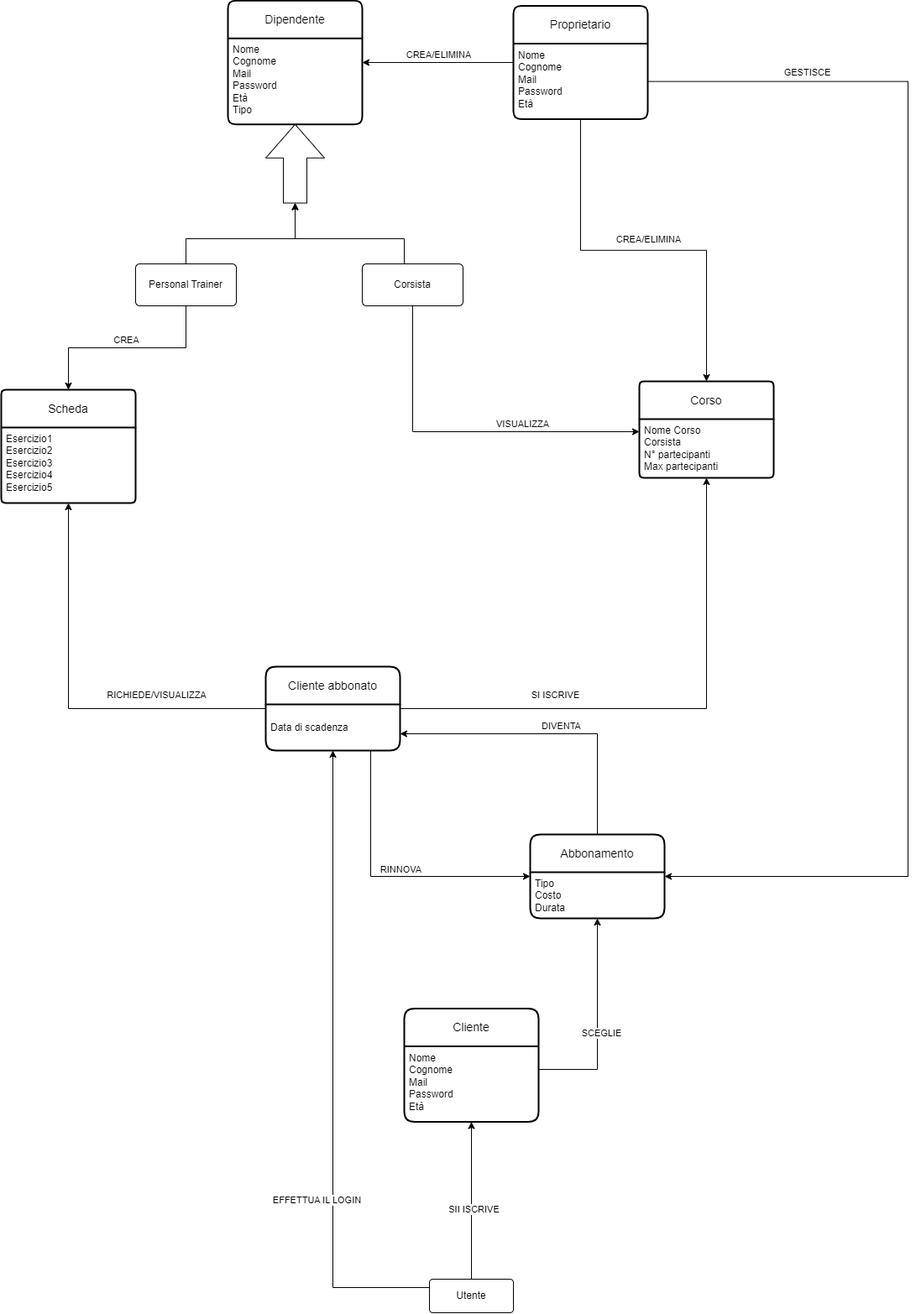
The draw.io diagram Documentazione/ModelloDiDominio.png in IngSW-unipv/Progetto-P24, before a commit. Source tidied: cells renumbered, new cells last; positions are measured from the earlier drawing's top-left corner, leaving out a move shared by most shapes. The source it was exported from:
```xml
<mxGraphModel>
  <root>
    <mxCell id="0" />
    <mxCell id="1" parent="0" />
    <mxCell id="2" style="edgeStyle=orthogonalEdgeStyle;rounded=0;jettySize=auto;html=1;" parent="1" edge="1" source="43" target="10">
      <mxGeometry relative="1" as="geometry">
        <Array as="points">
          <mxPoint x="395" y="1534" />
        </Array>
      </mxGeometry>
    </mxCell>
    <mxCell id="3" value="EFFETTUA IL LOGIN" style="edgeLabel;html=1;align=center;verticalAlign=middle;" parent="2" vertex="1">
      <mxGeometry x="-0.76" y="-1" relative="1" as="geometry">
        <mxPoint x="-45" y="-104" as="offset" />
      </mxGeometry>
    </mxCell>
    <mxCell id="4" style="edgeStyle=orthogonalEdgeStyle;rounded=0;jettySize=auto;html=1;" parent="1" edge="1" source="10" target="27">
      <mxGeometry x="-0.02" relative="1" as="geometry" />
    </mxCell>
    <mxCell id="5" value="RICHIEDE/VISUALIZZA" style="edgeLabel;html=1;align=center;verticalAlign=middle;" parent="4" vertex="1">
      <mxGeometry x="-0.51" y="-1" relative="1" as="geometry">
        <mxPoint x="-13" y="-16" as="offset" />
      </mxGeometry>
    </mxCell>
    <mxCell id="6" style="edgeStyle=orthogonalEdgeStyle;rounded=0;jettySize=auto;html=1;" parent="1" edge="1" source="10" target="29">
      <mxGeometry relative="1" as="geometry" />
    </mxCell>
    <mxCell id="7" value="SI ISCRIVE" style="edgeLabel;html=1;align=center;verticalAlign=middle;" parent="6" vertex="1">
      <mxGeometry x="-0.43" y="7" relative="1" as="geometry">
        <mxPoint y="-10" as="offset" />
      </mxGeometry>
    </mxCell>
    <mxCell id="8" style="edgeStyle=orthogonalEdgeStyle;rounded=0;jettySize=auto;html=1;" parent="1" edge="1" source="10" target="35">
      <mxGeometry relative="1" as="geometry">
        <Array as="points">
          <mxPoint x="440" y="1044" />
        </Array>
      </mxGeometry>
    </mxCell>
    <mxCell id="9" value="RINNOVA" style="edgeLabel;html=1;align=center;verticalAlign=middle;" parent="8" vertex="1">
      <mxGeometry x="-0.56" y="3" relative="1" as="geometry">
        <mxPoint x="32" y="65" as="offset" />
      </mxGeometry>
    </mxCell>
    <mxCell id="10" value="Cliente abbonato" style="swimlane;horizontal=1;startSize=45;rounded=1;fontSize=14;fontStyle=0;strokeWidth=2;shadow=0;dashed=0;align=center;arcSize=9;whiteSpace=wrap;html=1;" parent="1" vertex="1">
      <mxGeometry x="315" y="794" width="160" height="100" as="geometry" />
    </mxCell>
    <mxCell id="11" value="&lt;br&gt;Data di scadenza" style="align=left;strokeColor=none;fillColor=none;spacingLeft=4;fontSize=12;verticalAlign=top;html=1;" parent="10" vertex="1">
      <mxGeometry y="45" width="160" height="55" as="geometry" />
    </mxCell>
    <mxCell id="12" style="edgeStyle=orthogonalEdgeStyle;rounded=0;jettySize=auto;html=1;" parent="1" edge="1" source="14" target="16">
      <mxGeometry relative="1" as="geometry" />
    </mxCell>
    <mxCell id="13" value="CREA/ELIMINA" style="edgeLabel;html=1;align=center;verticalAlign=middle;" parent="12" vertex="1">
      <mxGeometry y="2" relative="1" as="geometry">
        <mxPoint y="-12" as="offset" />
      </mxGeometry>
    </mxCell>
    <mxCell id="14" value="Proprietario" style="swimlane;horizontal=1;startSize=45;rounded=1;fontSize=14;fontStyle=0;strokeWidth=2;shadow=0;dashed=0;align=center;arcSize=7;whiteSpace=wrap;html=1;" parent="1" vertex="1">
      <mxGeometry x="610" y="6.5" width="160" height="135" as="geometry" />
    </mxCell>
    <mxCell id="15" value="Nome&lt;br&gt;Cognome&lt;br&gt;Mail&lt;br&gt;Password&lt;br&gt;Età" style="align=left;strokeColor=none;fillColor=none;spacingLeft=4;fontSize=12;verticalAlign=top;html=1;" parent="14" vertex="1">
      <mxGeometry y="45" width="160" height="90" as="geometry" />
    </mxCell>
    <mxCell id="16" value="Dipendente" style="swimlane;horizontal=1;startSize=45;rounded=1;fontSize=14;fontStyle=0;strokeWidth=2;shadow=0;dashed=0;align=center;arcSize=7;whiteSpace=wrap;html=1;" parent="1" vertex="1">
      <mxGeometry x="270" y="0.2" width="160" height="147.5" as="geometry" />
    </mxCell>
    <mxCell id="17" value="Nome&lt;br&gt;Cognome&lt;br&gt;Mail&lt;br&gt;Password&lt;br&gt;Età&lt;br&gt;Tipo" style="align=left;strokeColor=none;fillColor=none;spacingLeft=4;fontSize=12;verticalAlign=top;html=1;" parent="16" vertex="1">
      <mxGeometry y="45" width="160" height="102.5" as="geometry" />
    </mxCell>
    <mxCell id="18" style="html=1;shadow=0;dashed=0;align=center;verticalAlign=middle;shape=mxgraph.arrows2.arrow;dy=0.6;dx=40;direction=north;notch=0;fillColor=#FFFFFF;" parent="1" vertex="1">
      <mxGeometry x="315" y="147.8" width="70" height="93.8" as="geometry" />
    </mxCell>
    <mxCell id="19" style="edgeStyle=orthogonalEdgeStyle;rounded=0;jettySize=auto;html=1;" parent="1" edge="1" source="22" target="18">
      <mxGeometry relative="1" as="geometry">
        <Array as="points">
          <mxPoint x="220" y="284" />
          <mxPoint x="350" y="284" />
        </Array>
      </mxGeometry>
    </mxCell>
    <mxCell id="20" style="edgeStyle=orthogonalEdgeStyle;rounded=0;jettySize=auto;html=1;" parent="1" edge="1" source="22" target="27">
      <mxGeometry relative="1" as="geometry" />
    </mxCell>
    <mxCell id="21" value="CREA" style="edgeLabel;html=1;align=center;verticalAlign=middle;" parent="20" vertex="1">
      <mxGeometry x="0.02" y="-1" relative="1" as="geometry">
        <mxPoint y="-9" as="offset" />
      </mxGeometry>
    </mxCell>
    <mxCell id="22" value="Personal Trainer" style="rounded=1;arcSize=10;whiteSpace=wrap;html=1;align=center;" parent="1" vertex="1">
      <mxGeometry x="160" y="314" width="120" height="50" as="geometry" />
    </mxCell>
    <mxCell id="23" style="edgeStyle=orthogonalEdgeStyle;rounded=0;jettySize=auto;html=1;" parent="1" edge="1" source="25" target="29">
      <mxGeometry relative="1" as="geometry">
        <Array as="points">
          <mxPoint x="490" y="514" />
        </Array>
      </mxGeometry>
    </mxCell>
    <mxCell id="24" value="VISUALIZZA" style="edgeLabel;html=1;align=center;verticalAlign=middle;" parent="23" vertex="1">
      <mxGeometry x="0.33" y="5" relative="1" as="geometry">
        <mxPoint y="-5" as="offset" />
      </mxGeometry>
    </mxCell>
    <mxCell id="25" value="Corsista" style="rounded=1;arcSize=10;whiteSpace=wrap;html=1;align=center;" parent="1" vertex="1">
      <mxGeometry x="430" y="314" width="120" height="50" as="geometry" />
    </mxCell>
    <mxCell id="26" style="edgeStyle=orthogonalEdgeStyle;rounded=0;jettySize=auto;html=1;entryX=0;entryY=0.5;entryDx=0;entryDy=0;entryPerimeter=0;" parent="1" edge="1" source="25" target="18">
      <mxGeometry relative="1" as="geometry">
        <Array as="points">
          <mxPoint x="480" y="284" />
          <mxPoint x="350" y="284" />
        </Array>
      </mxGeometry>
    </mxCell>
    <mxCell id="27" value="Scheda" style="swimlane;horizontal=1;startSize=45;rounded=1;fontSize=14;fontStyle=0;strokeWidth=2;shadow=0;dashed=0;align=center;arcSize=4;whiteSpace=wrap;html=1;" parent="1" vertex="1">
      <mxGeometry y="464" width="160" height="135" as="geometry" />
    </mxCell>
    <mxCell id="28" value="Esercizio1&lt;br&gt;Esercizio2&lt;br&gt;Esercizio3&lt;br&gt;Esercizio4&lt;br&gt;Esercizio5" style="align=left;strokeColor=none;fillColor=none;spacingLeft=4;fontSize=12;verticalAlign=top;html=1;" parent="27" vertex="1">
      <mxGeometry y="45" width="160" height="90" as="geometry" />
    </mxCell>
    <mxCell id="29" value="Corso" style="swimlane;horizontal=1;startSize=45;rounded=1;fontSize=14;fontStyle=0;strokeWidth=2;shadow=0;dashed=0;align=center;arcSize=4;whiteSpace=wrap;html=1;" parent="1" vertex="1">
      <mxGeometry x="760" y="454" width="160" height="115" as="geometry" />
    </mxCell>
    <mxCell id="30" value="Nome Corso&lt;br&gt;Corsista&lt;br&gt;N° partecipanti&lt;br&gt;Max partecipanti" style="align=left;strokeColor=none;fillColor=none;spacingLeft=4;fontSize=12;verticalAlign=top;html=1;" parent="29" vertex="1">
      <mxGeometry y="45" width="160" height="70" as="geometry" />
    </mxCell>
    <mxCell id="31" style="edgeStyle=orthogonalEdgeStyle;rounded=0;jettySize=auto;html=1;" parent="1" edge="1" source="15" target="29">
      <mxGeometry relative="1" as="geometry" />
    </mxCell>
    <mxCell id="32" value="CREA/ELIMINA" style="edgeLabel;html=1;align=center;verticalAlign=middle;" parent="31" vertex="1">
      <mxGeometry y="7" relative="1" as="geometry">
        <mxPoint x="6" y="-7" as="offset" />
      </mxGeometry>
    </mxCell>
    <mxCell id="33" style="edgeStyle=orthogonalEdgeStyle;rounded=0;jettySize=auto;html=1;" parent="1" edge="1" source="35" target="10">
      <mxGeometry relative="1" as="geometry">
        <Array as="points">
          <mxPoint x="710" y="874" />
        </Array>
      </mxGeometry>
    </mxCell>
    <mxCell id="34" value="DIVENTA" style="edgeLabel;html=1;align=center;verticalAlign=middle;" parent="33" vertex="1">
      <mxGeometry x="-0.14" y="-4" relative="1" as="geometry">
        <mxPoint x="-12" y="-6" as="offset" />
      </mxGeometry>
    </mxCell>
    <mxCell id="35" value="Abbonamento" style="swimlane;horizontal=1;startSize=45;rounded=1;fontSize=14;fontStyle=0;strokeWidth=2;shadow=0;dashed=0;align=center;arcSize=9;whiteSpace=wrap;html=1;" parent="1" vertex="1">
      <mxGeometry x="630" y="994" width="160" height="100" as="geometry" />
    </mxCell>
    <mxCell id="36" value="Tipo&amp;nbsp;&lt;br&gt;Costo&lt;br&gt;Durata" style="align=left;strokeColor=none;fillColor=none;spacingLeft=4;fontSize=12;verticalAlign=top;html=1;" parent="35" vertex="1">
      <mxGeometry y="45" width="160" height="55" as="geometry" />
    </mxCell>
    <mxCell id="37" style="edgeStyle=orthogonalEdgeStyle;rounded=0;jettySize=auto;html=1;" parent="1" edge="1" source="39" target="35">
      <mxGeometry relative="1" as="geometry">
        <Array as="points">
          <mxPoint x="710" y="1274" />
        </Array>
      </mxGeometry>
    </mxCell>
    <mxCell id="38" value="SCEGLIE" style="edgeLabel;html=1;align=center;verticalAlign=middle;" parent="37" vertex="1">
      <mxGeometry x="-0.08" y="-4" relative="1" as="geometry" />
    </mxCell>
    <mxCell id="39" value="Cliente" style="swimlane;horizontal=1;startSize=45;rounded=1;fontSize=14;fontStyle=0;strokeWidth=2;shadow=0;dashed=0;align=center;arcSize=9;whiteSpace=wrap;html=1;" parent="1" vertex="1">
      <mxGeometry x="480" y="1201.5" width="160" height="135" as="geometry" />
    </mxCell>
    <mxCell id="40" value="Nome&lt;br&gt;Cognome&lt;br&gt;Mail&lt;br&gt;Password&lt;br&gt;Età" style="align=left;strokeColor=none;fillColor=none;spacingLeft=4;fontSize=12;verticalAlign=top;html=1;" parent="39" vertex="1">
      <mxGeometry y="45" width="160" height="90" as="geometry" />
    </mxCell>
    <mxCell id="41" style="edgeStyle=orthogonalEdgeStyle;rounded=0;jettySize=auto;html=1;" parent="1" edge="1" source="43" target="39">
      <mxGeometry relative="1" as="geometry" />
    </mxCell>
    <mxCell id="42" value="SII ISCRIVE" style="edgeLabel;html=1;align=center;verticalAlign=middle;" parent="41" vertex="1">
      <mxGeometry x="-0.1" y="-2" relative="1" as="geometry" />
    </mxCell>
    <mxCell id="43" value="Utente" style="rounded=1;arcSize=10;whiteSpace=wrap;html=1;align=center;" parent="1" vertex="1">
      <mxGeometry x="510" y="1524" width="100" height="40" as="geometry" />
    </mxCell>
    <mxCell id="44" style="edgeStyle=orthogonalEdgeStyle;rounded=0;jettySize=auto;html=1;" parent="1" edge="1" source="15" target="35">
      <mxGeometry relative="1" as="geometry">
        <Array as="points">
          <mxPoint x="1080" y="97" />
          <mxPoint x="1080" y="1044" />
        </Array>
      </mxGeometry>
    </mxCell>
    <mxCell id="45" value="GESTISCE" style="edgeLabel;html=1;align=center;verticalAlign=middle;" parent="44" vertex="1">
      <mxGeometry x="-0.74" y="7" relative="1" as="geometry">
        <mxPoint x="-15" y="-5" as="offset" />
      </mxGeometry>
    </mxCell>
  </root>
</mxGraphModel>
```
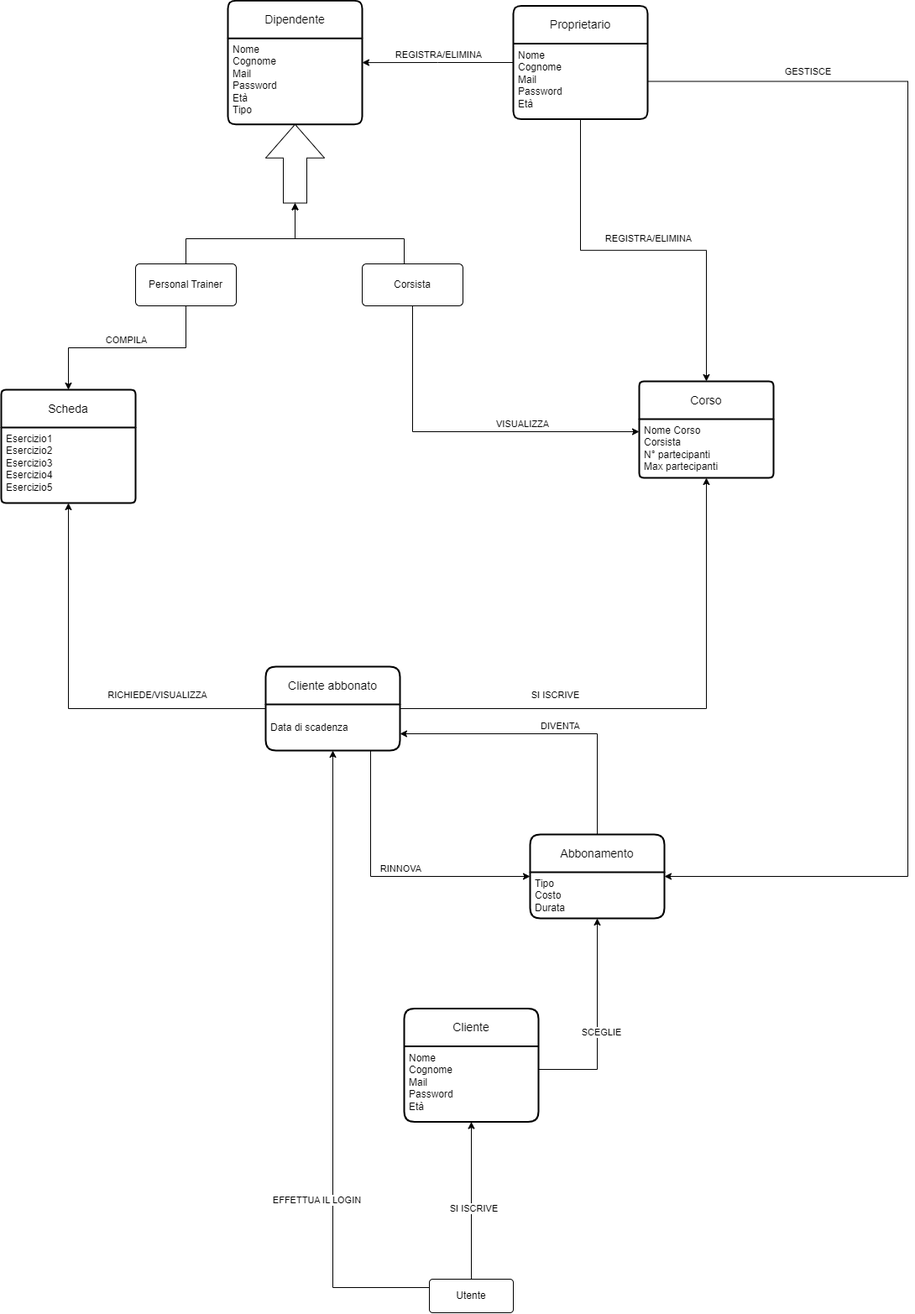
After the change.

Commit message:
modifiche mod di dominio

What changed in the source:
```diff
@@ -51,7 +51,7 @@
     <mxCell id="12" style="edgeStyle=orthogonalEdgeStyle;rounded=0;jettySize=auto;html=1;" parent="1" edge="1" source="14" target="16">
       <mxGeometry relative="1" as="geometry" />
     </mxCell>
-    <mxCell id="13" value="CREA/ELIMINA" style="edgeLabel;html=1;align=center;verticalAlign=middle;" parent="12" vertex="1">
+    <mxCell id="13" value="REGISTRA/ELIMINA" style="edgeLabel;html=1;align=center;verticalAlign=middle;" parent="12" vertex="1">
       <mxGeometry y="2" relative="1" as="geometry">
         <mxPoint y="-12" as="offset" />
       </mxGeometry>
@@ -82,7 +82,7 @@
     <mxCell id="20" style="edgeStyle=orthogonalEdgeStyle;rounded=0;jettySize=auto;html=1;" parent="1" edge="1" source="22" target="27">
       <mxGeometry relative="1" as="geometry" />
     </mxCell>
-    <mxCell id="21" value="CREA" style="edgeLabel;html=1;align=center;verticalAlign=middle;" parent="20" vertex="1">
+    <mxCell id="21" value="COMPILA" style="edgeLabel;html=1;align=center;verticalAlign=middle;" parent="20" vertex="1">
       <mxGeometry x="0.02" y="-1" relative="1" as="geometry">
         <mxPoint y="-9" as="offset" />
       </mxGeometry>
@@ -128,7 +128,7 @@
     <mxCell id="31" style="edgeStyle=orthogonalEdgeStyle;rounded=0;jettySize=auto;html=1;" parent="1" edge="1" source="15" target="29">
       <mxGeometry relative="1" as="geometry" />
     </mxCell>
-    <mxCell id="32" value="CREA/ELIMINA" style="edgeLabel;html=1;align=center;verticalAlign=middle;" parent="31" vertex="1">
+    <mxCell id="32" value="REGISTRA/ELIMINA" style="edgeLabel;html=1;align=center;verticalAlign=middle;" parent="31" vertex="1">
       <mxGeometry y="7" relative="1" as="geometry">
         <mxPoint x="6" y="-7" as="offset" />
       </mxGeometry>
@@ -170,7 +170,7 @@
     <mxCell id="41" style="edgeStyle=orthogonalEdgeStyle;rounded=0;jettySize=auto;html=1;" parent="1" edge="1" source="43" target="39">
       <mxGeometry relative="1" as="geometry" />
     </mxCell>
-    <mxCell id="42" value="SII ISCRIVE" style="edgeLabel;html=1;align=center;verticalAlign=middle;" parent="41" vertex="1">
+    <mxCell id="42" value="SI ISCRIVE" style="edgeLabel;html=1;align=center;verticalAlign=middle;" parent="41" vertex="1">
       <mxGeometry x="-0.1" y="-2" relative="1" as="geometry" />
     </mxCell>
     <mxCell id="43" value="Utente" style="rounded=1;arcSize=10;whiteSpace=wrap;html=1;align=center;" parent="1" vertex="1">
```
